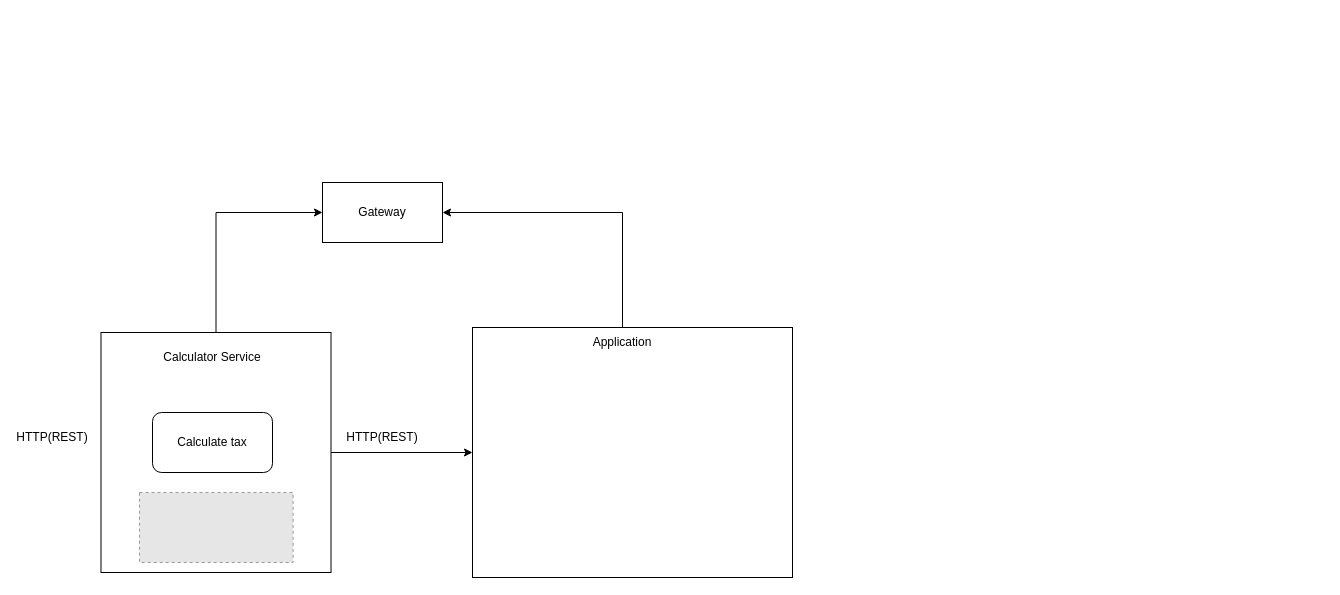
This is calcdiag.drawio from LN-Django/boilerplate, a draw.io file, before an edit. Source tidied: cells renumbered, new cells numbered last; positions are measured from the earlier drawing's top-left corner, leaving out a move shared by most shapes. Both pictures are drawn from the tidied source at 100%, with x=0, y=0 at pixel (22, 182). Pictures stored in the file or linked from it are replaced by grey dashed boxes.
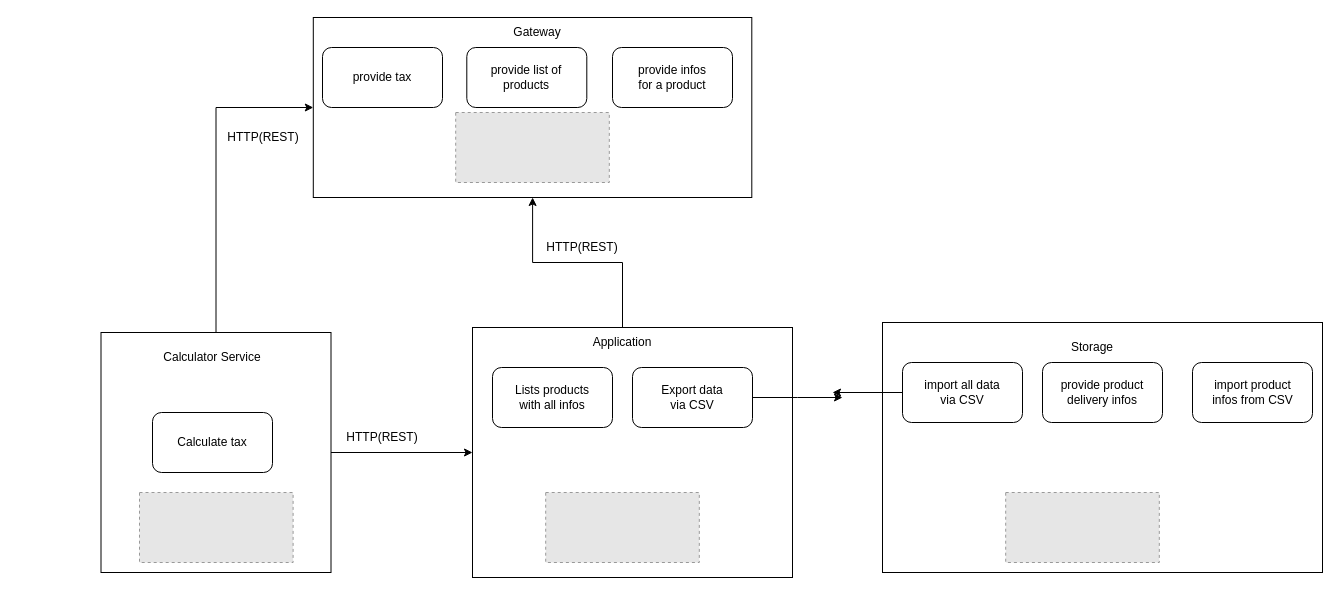
After the change.

Unchanged cells that the change refers to:
```xml
<mxCell id="9" value="Application" style="text;html=1;strokeColor=none;fillColor=none;align=center;verticalAlign=middle;whiteSpace=wrap;rounded=0;" parent="1" vertex="1">
  <mxGeometry x="570" y="145" width="60" height="30" as="geometry" />
</mxCell>
```

Diff of the diagram source:
```diff
@@
     <mxCell id="6" style="rounded=0;whiteSpace=wrap;html=1;" parent="1" vertex="1">
-      <mxGeometry x="300" width="120" height="60" as="geometry" />
+      <mxGeometry x="290.8" y="-165" width="438.5" height="180" as="geometry" />
     </mxCell>
     <mxCell id="7" value="Gateway" style="text;html=1;strokeColor=none;fillColor=none;align=center;verticalAlign=middle;whiteSpace=wrap;rounded=0;" parent="1" vertex="1">
-      <mxGeometry x="330" y="15" width="60" height="30" as="geometry" />
+      <mxGeometry x="485" y="-165" width="60" height="30" as="geometry" />
     </mxCell>
-    <mxCell id="8" style="edgeStyle=orthogonalEdgeStyle;rounded=0;jettySize=auto;html=1;exitX=0.5;exitY=0;exitDx=0;exitDy=0;entryX=1;entryY=0.5;entryDx=0;entryDy=0;" parent="1" edge="1" source="9" target="6">
+    <mxCell id="8" style="edgeStyle=orthogonalEdgeStyle;rounded=0;jettySize=auto;html=1;exitX=0.5;exitY=0;exitDx=0;exitDy=0;" parent="1" edge="1" source="9" target="6">
       <mxGeometry relative="1" as="geometry" />
     </mxCell>
@@
     <mxCell id="13" value="HTTP(REST)" style="text;html=1;strokeColor=none;fillColor=none;align=center;verticalAlign=middle;whiteSpace=wrap;rounded=0;" parent="1" vertex="1">
-      <mxGeometry y="240" width="60" height="30" as="geometry" />
+      <mxGeometry x="210.6" y="-60" width="60" height="30" as="geometry" />
     </mxCell>
@@
+    <mxCell id="16" value="HTTP(REST)" style="text;html=1;strokeColor=none;fillColor=none;align=center;verticalAlign=middle;whiteSpace=wrap;rounded=0;" parent="1" vertex="1">
+      <mxGeometry x="530" y="50" width="60" height="30" as="geometry" />
+    </mxCell>
+    <mxCell id="17" style="rounded=1;whiteSpace=wrap;html=1;" parent="1" vertex="1">
+      <mxGeometry x="470" y="185" width="120" height="60" as="geometry" />
+    </mxCell>
+    <mxCell id="18" value="Lists products with all infos" style="text;html=1;strokeColor=none;fillColor=none;align=center;verticalAlign=middle;whiteSpace=wrap;rounded=0;" parent="1" vertex="1">
+      <mxGeometry x="490" y="200" width="80" height="30" as="geometry" />
+    </mxCell>
+    <mxCell id="19" style="edgeStyle=orthogonalEdgeStyle;rounded=0;jettySize=auto;html=1;exitX=1;exitY=0.5;exitDx=0;exitDy=0;" parent="1" edge="1" source="20">
+      <mxGeometry relative="1" as="geometry">
+        <mxPoint x="820" y="215" as="targetPoint" />
+      </mxGeometry>
+    </mxCell>
+    <mxCell id="20" style="rounded=1;whiteSpace=wrap;html=1;" parent="1" vertex="1">
+      <mxGeometry x="610" y="185" width="120" height="60" as="geometry" />
+    </mxCell>
+    <mxCell id="21" value="Export data via CSV" style="text;html=1;strokeColor=none;fillColor=none;align=center;verticalAlign=middle;whiteSpace=wrap;rounded=0;" parent="1" vertex="1">
+      <mxGeometry x="630" y="200" width="80" height="30" as="geometry" />
+    </mxCell>
+    <mxCell id="22" style="fillColor=#E6E6E6;strokeColor=#999999;dashed=1;verticalLabelPosition=bottom;labelBackgroundColor=#ffffff;verticalAlign=top;" parent="1" vertex="1">
+      <mxGeometry x="523.2" y="310" width="153.6" height="70" as="geometry" />
+    </mxCell>
+    <mxCell id="23" style="rounded=0;whiteSpace=wrap;html=1;" parent="1" vertex="1">
+      <mxGeometry x="860" y="140" width="440" height="250" as="geometry" />
+    </mxCell>
+    <mxCell id="24" value="Storage" style="text;html=1;strokeColor=none;fillColor=none;align=center;verticalAlign=middle;whiteSpace=wrap;rounded=0;" parent="1" vertex="1">
+      <mxGeometry x="1040" y="150" width="60" height="30" as="geometry" />
+    </mxCell>
+    <mxCell id="25" style="rounded=1;whiteSpace=wrap;html=1;" parent="1" vertex="1">
+      <mxGeometry x="1020" y="180" width="120" height="60" as="geometry" />
+    </mxCell>
+    <mxCell id="26" value="provide product delivery infos" style="text;html=1;strokeColor=none;fillColor=none;align=center;verticalAlign=middle;whiteSpace=wrap;rounded=0;" parent="1" vertex="1">
+      <mxGeometry x="1030" y="195" width="100" height="30" as="geometry" />
+    </mxCell>
+    <mxCell id="27" style="edgeStyle=orthogonalEdgeStyle;rounded=0;jettySize=auto;html=1;exitX=0;exitY=0.5;exitDx=0;exitDy=0;" parent="1" edge="1" source="28">
+      <mxGeometry relative="1" as="geometry">
+        <mxPoint x="810" y="210" as="targetPoint" />
+      </mxGeometry>
+    </mxCell>
+    <mxCell id="28" style="rounded=1;whiteSpace=wrap;html=1;" parent="1" vertex="1">
+      <mxGeometry x="880" y="180" width="120" height="60" as="geometry" />
+    </mxCell>
+    <mxCell id="29" value="import all data &lt;br&gt;via CSV" style="text;html=1;strokeColor=none;fillColor=none;align=center;verticalAlign=middle;whiteSpace=wrap;rounded=0;" parent="1" vertex="1">
+      <mxGeometry x="890" y="195" width="100" height="30" as="geometry" />
+    </mxCell>
+    <mxCell id="30" style="fillColor=#E6E6E6;strokeColor=#999999;dashed=1;verticalLabelPosition=bottom;labelBackgroundColor=#ffffff;verticalAlign=top;" parent="1" vertex="1">
+      <mxGeometry x="983.2" y="310" width="153.6" height="70" as="geometry" />
+    </mxCell>
+    <mxCell id="31" style="rounded=1;whiteSpace=wrap;html=1;" parent="1" vertex="1">
+      <mxGeometry x="1170" y="180" width="120" height="60" as="geometry" />
+    </mxCell>
+    <mxCell id="32" style="fillColor=#E6E6E6;strokeColor=#999999;dashed=1;verticalLabelPosition=bottom;labelBackgroundColor=#ffffff;verticalAlign=top;" parent="1" vertex="1">
+      <mxGeometry x="433.2" y="-70" width="153.6" height="70" as="geometry" />
+    </mxCell>
+    <mxCell id="33" style="rounded=1;whiteSpace=wrap;html=1;" parent="1" vertex="1">
+      <mxGeometry x="300" y="-135" width="120" height="60" as="geometry" />
+    </mxCell>
+    <mxCell id="34" value="provide tax" style="text;html=1;strokeColor=none;fillColor=none;align=center;verticalAlign=middle;whiteSpace=wrap;rounded=0;" parent="1" vertex="1">
+      <mxGeometry x="320" y="-120" width="80" height="30" as="geometry" />
+    </mxCell>
+    <mxCell id="35" style="rounded=1;whiteSpace=wrap;html=1;" parent="1" vertex="1">
+      <mxGeometry x="444.3" y="-135" width="120" height="60" as="geometry" />
+    </mxCell>
+    <mxCell id="36" value="provide list of products" style="text;html=1;strokeColor=none;fillColor=none;align=center;verticalAlign=middle;whiteSpace=wrap;rounded=0;" parent="1" vertex="1">
+      <mxGeometry x="464.3" y="-120" width="80" height="30" as="geometry" />
+    </mxCell>
+    <mxCell id="37" style="rounded=1;whiteSpace=wrap;html=1;" parent="1" vertex="1">
+      <mxGeometry x="590" y="-135" width="120" height="60" as="geometry" />
+    </mxCell>
+    <mxCell id="38" value="provide infos for a product" style="text;html=1;strokeColor=none;fillColor=none;align=center;verticalAlign=middle;whiteSpace=wrap;rounded=0;" parent="1" vertex="1">
+      <mxGeometry x="610" y="-120" width="80" height="30" as="geometry" />
+    </mxCell>
+    <mxCell id="39" value="import product infos from CSV" style="text;html=1;strokeColor=none;fillColor=none;align=center;verticalAlign=middle;whiteSpace=wrap;rounded=0;" parent="1" vertex="1">
+      <mxGeometry x="1185.8" y="195" width="88.5" height="30" as="geometry" />
+    </mxCell>
```
